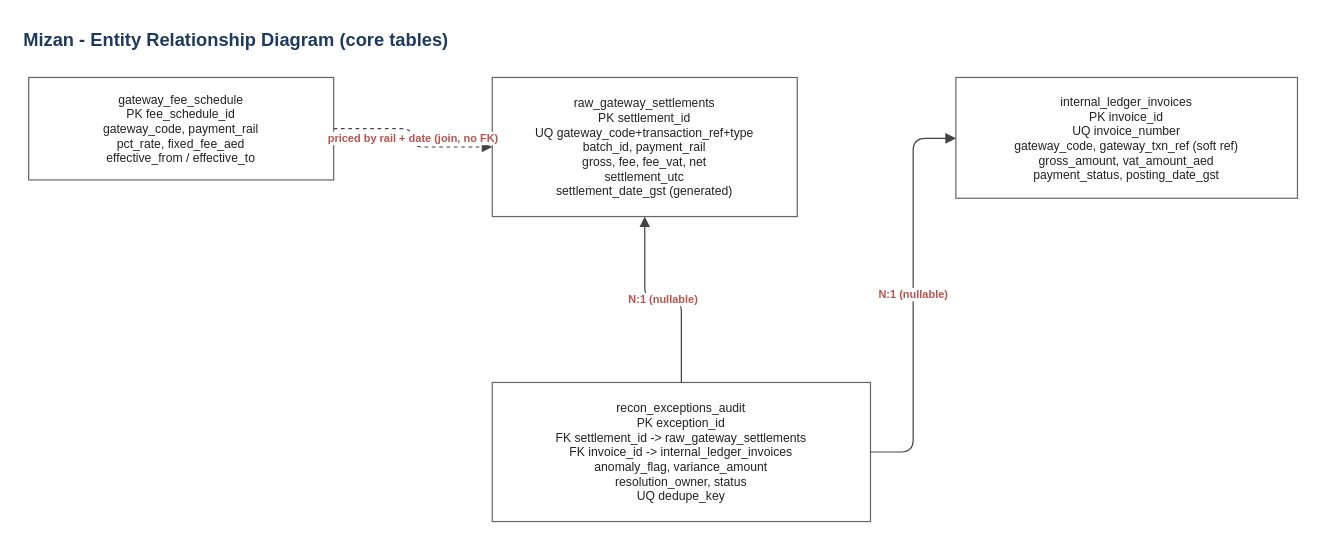
Before: 01-Mizan-Invoice-Bank-Reconciliation/02-Process-and-Diagrams/Mizan_ERD.drawio in 700imran/Imran-kathat-business-analyst-portfolio-, a draw.io diagram. Source tidied: cells renumbered, new cells numbered last; positions are measured from the earlier drawing's top-left corner, leaving out a move shared by most shapes. Both pictures are drawn from the tidied source at 122%, with x=0, y=0 at pixel (21, 21).
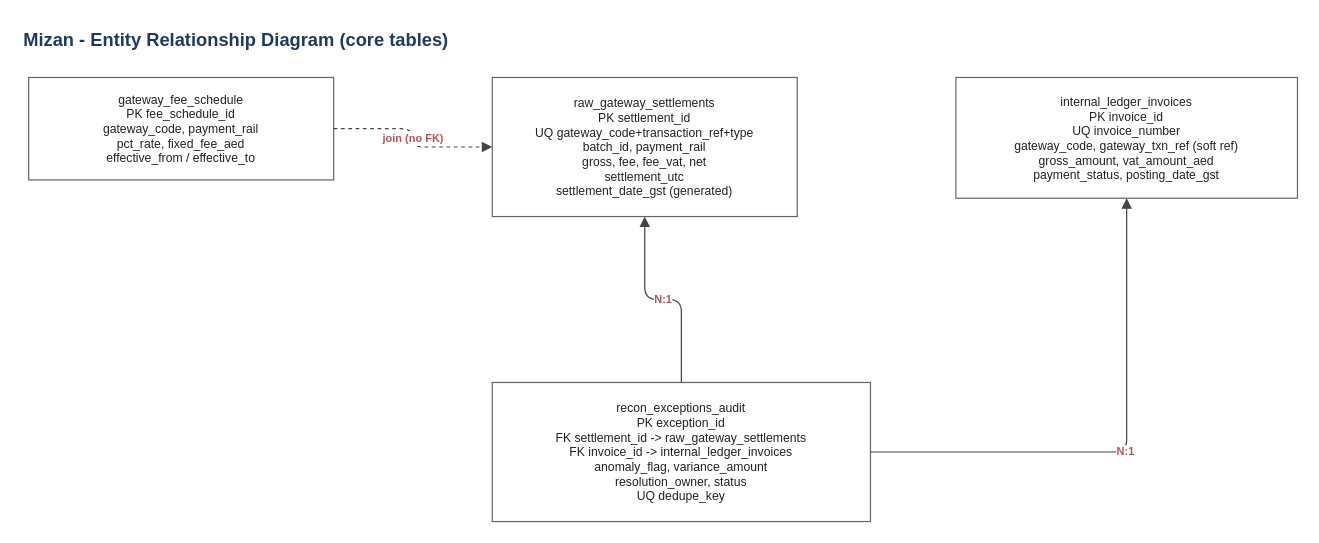
After the change.

What changed in the source:
```diff
@@
 <mxGraphModel>
   <root>
     <mxCell id="0" />
     <mxCell id="1" parent="0" />
     <mxCell id="2" value="Mizan - Entity Relationship Diagram (core tables)" style="text;html=1;fontStyle=1;fontSize=15;fontColor=#1F3A5F;align=left;" parent="1" vertex="1">
       <mxGeometry width="600" height="26" as="geometry" />
     </mxCell>
     <mxCell id="3" value="gateway_fee_schedule&#10;PK fee_schedule_id&#10;gateway_code, payment_rail&#10;pct_rate, fixed_fee_aed&#10;effective_from / effective_to" style="rounded=0;whiteSpace=wrap;html=1;fillColor=#FFFFFF;strokeColor=#666666;fontColor=#222222;fontSize=10;" parent="1" vertex="1">
       <mxGeometry x="6" y="46" width="250" height="84" as="geometry" />
     </mxCell>
     <mxCell id="4" value="raw_gateway_settlements&#10;PK settlement_id&#10;UQ gateway_code+transaction_ref+type&#10;batch_id, payment_rail&#10;gross, fee, fee_vat, net&#10;settlement_utc&#10;settlement_date_gst (generated)" style="rounded=0;whiteSpace=wrap;html=1;fillColor=#FFFFFF;strokeColor=#666666;fontColor=#222222;fontSize=10;" parent="1" vertex="1">
       <mxGeometry x="386" y="46" width="250" height="114" as="geometry" />
     </mxCell>
     <mxCell id="5" value="internal_ledger_invoices&#10;PK invoice_id&#10;UQ invoice_number&#10;gateway_code, gateway_txn_ref (soft ref)&#10;gross_amount, vat_amount_aed&#10;payment_status, posting_date_gst" style="rounded=0;whiteSpace=wrap;html=1;fillColor=#FFFFFF;strokeColor=#666666;fontColor=#222222;fontSize=10;" parent="1" vertex="1">
       <mxGeometry x="766" y="46" width="280" height="99" as="geometry" />
     </mxCell>
     <mxCell id="6" value="recon_exceptions_audit&#10;PK exception_id&#10;FK settlement_id -&gt; raw_gateway_settlements&#10;FK invoice_id -&gt; internal_ledger_invoices&#10;anomaly_flag, variance_amount&#10;resolution_owner, status&#10;UQ dedupe_key" style="rounded=0;whiteSpace=wrap;html=1;fillColor=#FFFFFF;strokeColor=#666666;fontColor=#222222;fontSize=10;" parent="1" vertex="1">
       <mxGeometry x="386" y="296" width="310" height="114" as="geometry" />
     </mxCell>
-    <mxCell id="7" value="N:1 (nullable)" style="endArrow=block;html=1;strokeColor=#444444;fontColor=#B85450;fontSize=9;fontStyle=1;" parent="1" edge="1" source="6" target="4">
+    <mxCell id="7" value="N:1" style="endArrow=block;html=1;strokeColor=#444444;fontColor=#B85450;fontSize=9;fontStyle=1;" parent="1" edge="1" source="6" target="4">
       <mxGeometry relative="1" as="geometry">
         <Array as="points">
           <mxPoint x="541" y="228" />
           <mxPoint x="511" y="228" />
         </Array>
       </mxGeometry>
     </mxCell>
-    <mxCell id="8" value="N:1 (nullable)" style="endArrow=block;html=1;strokeColor=#444444;fontColor=#B85450;fontSize=9;fontStyle=1;" parent="1" edge="1" source="6" target="5">
+    <mxCell id="8" value="N:1" style="endArrow=block;html=1;strokeColor=#444444;fontColor=#B85450;fontSize=9;fontStyle=1;" parent="1" edge="1" source="6" target="5">
       <mxGeometry relative="1" as="geometry">
         <Array as="points">
-          <mxPoint x="731" y="353" />
-          <mxPoint x="731" y="96" />
+          <mxPoint x="906" y="353" />
         </Array>
       </mxGeometry>
     </mxCell>
-    <mxCell id="9" value="priced by rail + date (join, no FK)" style="endArrow=block;html=1;strokeColor=#444444;fontColor=#B85450;fontSize=9;fontStyle=1;dashed=1;" parent="1" edge="1" source="3" target="4">
+    <mxCell id="9" value="join (no FK)" style="endArrow=block;html=1;strokeColor=#444444;fontColor=#B85450;fontSize=9;fontStyle=1;dashed=1;" parent="1" edge="1" source="3" target="4">
       <mxGeometry relative="1" as="geometry">
         <Array as="points">
           <mxPoint x="321" y="88" />
           <mxPoint x="321" y="103" />
         </Array>
       </mxGeometry>
     </mxCell>
   </root>
 </mxGraphModel>
```
